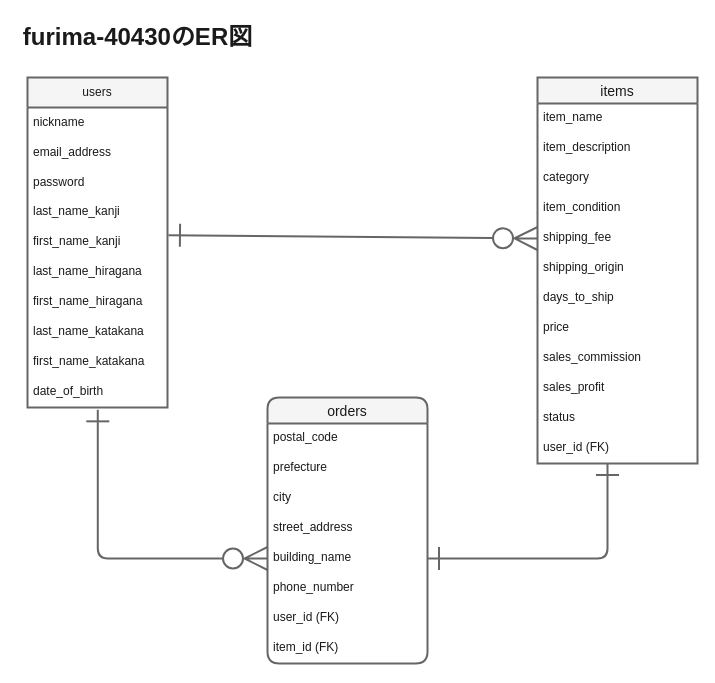
Before: er_diagram.dio in apricona/furima-40430, a draw.io diagram. Source tidied: cells renumbered, new cells numbered last; positions are measured from the earlier drawing's top-left corner, leaving out a move shared by most shapes. Both pictures are drawn from the tidied source at 100%, with x=0, y=0 at pixel (17, 17).
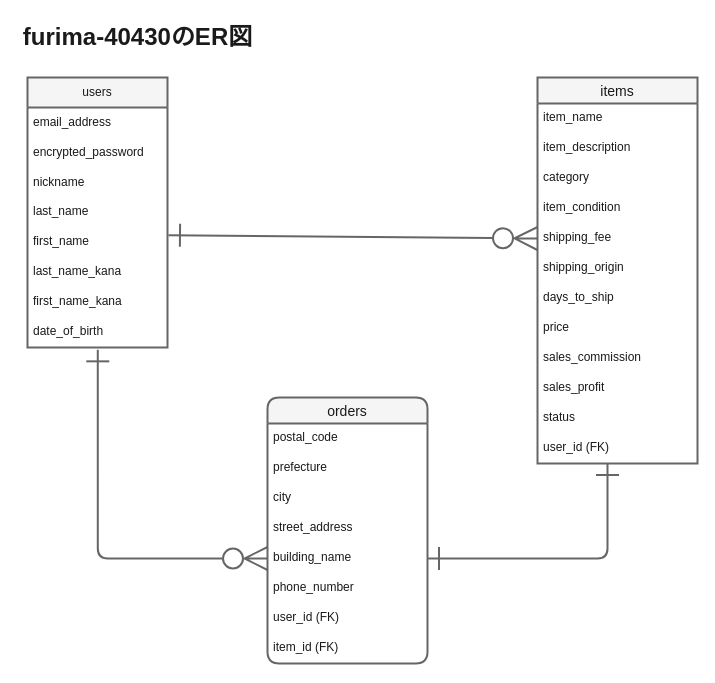
After the change.

Change to the diagram source:
```diff
@@
     <mxCell id="2" value="users" style="swimlane;fontStyle=0;horizontal=1;startSize=30;whiteSpace=wrap;html=1;fillColor=#f5f5f5;strokeColor=#666666;fontColor=#1A1A1A;strokeWidth=2;" parent="1" vertex="1">
-      <mxGeometry x="10" y="60" width="140" height="330" as="geometry" />
+      <mxGeometry x="10" y="60" width="140" height="270" as="geometry" />
     </mxCell>
-    <mxCell id="3" value="nickname" style="text;strokeColor=none;fillColor=none;align=left;verticalAlign=middle;spacingLeft=4;spacingRight=4;overflow=hidden;whiteSpace=wrap;html=1;fontColor=#1A1A1A;" parent="2" vertex="1">
-      <mxGeometry y="30" width="140" height="30" as="geometry" />
-    </mxCell>
     <mxCell id="4" value="email_address" style="text;strokeColor=none;fillColor=none;align=left;verticalAlign=middle;spacingLeft=4;spacingRight=4;overflow=hidden;whiteSpace=wrap;html=1;fontColor=#1A1A1A;" parent="2" vertex="1">
-      <mxGeometry y="60" width="140" height="30" as="geometry" />
+      <mxGeometry y="30" width="140" height="30" as="geometry" />
     </mxCell>
-    <mxCell id="5" value="password" style="text;strokeColor=none;fillColor=none;align=left;verticalAlign=middle;spacingLeft=4;spacingRight=4;overflow=hidden;whiteSpace=wrap;html=1;fontColor=#1A1A1A;" parent="2" vertex="1">
-      <mxGeometry y="90" width="140" height="30" as="geometry" />
+    <mxCell id="5" value="encrypted_password" style="text;strokeColor=none;fillColor=none;align=left;verticalAlign=middle;spacingLeft=4;spacingRight=4;overflow=hidden;whiteSpace=wrap;html=1;fontColor=#1A1A1A;" parent="2" vertex="1">
+      <mxGeometry y="60" width="140" height="30" as="geometry" />
     </mxCell>
+    <mxCell id="3" value="nickname" style="text;strokeColor=none;fillColor=none;align=left;verticalAlign=middle;spacingLeft=4;spacingRight=4;overflow=hidden;whiteSpace=wrap;html=1;fontColor=#1A1A1A;" parent="2" vertex="1">
+      <mxGeometry y="90" width="140" height="30" as="geometry" />
+    </mxCell>
-    <mxCell id="6" value="last_name_kanji" style="text;strokeColor=none;fillColor=none;spacingLeft=4;spacingRight=4;overflow=hidden;fontSize=12;fontColor=#1A1A1A;" parent="2" vertex="1">
+    <mxCell id="6" value="last_name" style="text;strokeColor=none;fillColor=none;spacingLeft=4;spacingRight=4;overflow=hidden;fontSize=12;fontColor=#1A1A1A;" parent="2" vertex="1">
       <mxGeometry y="120" width="140" height="30" as="geometry" />
     </mxCell>
-    <mxCell id="7" value="first_name_kanji" style="text;strokeColor=none;fillColor=none;spacingLeft=4;spacingRight=4;overflow=hidden;points=[[0,0.5],[1,0.5]];portConstraint=eastwest;fontSize=12;fontColor=#1A1A1A;" parent="2" vertex="1">
+    <mxCell id="7" value="first_name" style="text;strokeColor=none;fillColor=none;spacingLeft=4;spacingRight=4;overflow=hidden;points=[[0,0.5],[1,0.5]];portConstraint=eastwest;fontSize=12;fontColor=#1A1A1A;" parent="2" vertex="1">
       <mxGeometry y="150" width="140" height="30" as="geometry" />
     </mxCell>
-    <mxCell id="8" value="last_name_hiragana" style="text;strokeColor=none;fillColor=none;spacingLeft=4;spacingRight=4;overflow=hidden;fontSize=12;fontColor=#1A1A1A;" parent="2" vertex="1">
+    <mxCell id="8" value="last_name_kana" style="text;strokeColor=none;fillColor=none;spacingLeft=4;spacingRight=4;overflow=hidden;fontSize=12;fontColor=#1A1A1A;" parent="2" vertex="1">
       <mxGeometry y="180" width="140" height="30" as="geometry" />
     </mxCell>
-    <mxCell id="9" value="first_name_hiragana" style="text;strokeColor=none;fillColor=none;spacingLeft=4;spacingRight=4;overflow=hidden;fontSize=12;fontColor=#1A1A1A;" parent="2" vertex="1">
+    <mxCell id="9" value="first_name_kana" style="text;strokeColor=none;fillColor=none;spacingLeft=4;spacingRight=4;overflow=hidden;fontSize=12;fontColor=#1A1A1A;" parent="2" vertex="1">
       <mxGeometry y="210" width="140" height="30" as="geometry" />
     </mxCell>
-    <mxCell id="10" value="last_name_katakana" style="text;strokeColor=none;fillColor=none;spacingLeft=4;spacingRight=4;overflow=hidden;fontSize=12;fontColor=#1A1A1A;" parent="2" vertex="1">
-      <mxGeometry y="240" width="140" height="30" as="geometry" />
-    </mxCell>
-    <mxCell id="11" value="first_name_katakana" style="text;strokeColor=none;fillColor=none;spacingLeft=4;spacingRight=4;overflow=hidden;fontSize=12;fontColor=#1A1A1A;" parent="2" vertex="1">
-      <mxGeometry y="270" width="140" height="30" as="geometry" />
-    </mxCell>
     <mxCell id="12" value="date_of_birth" style="text;strokeColor=none;fillColor=none;spacingLeft=4;spacingRight=4;overflow=hidden;points=[[0,0.5],[1,0.5]];portConstraint=eastwest;fontSize=12;fontColor=#1A1A1A;" parent="2" vertex="1">
-      <mxGeometry y="300" width="140" height="30" as="geometry" />
+      <mxGeometry y="240" width="140" height="30" as="geometry" />
     </mxCell>
```
